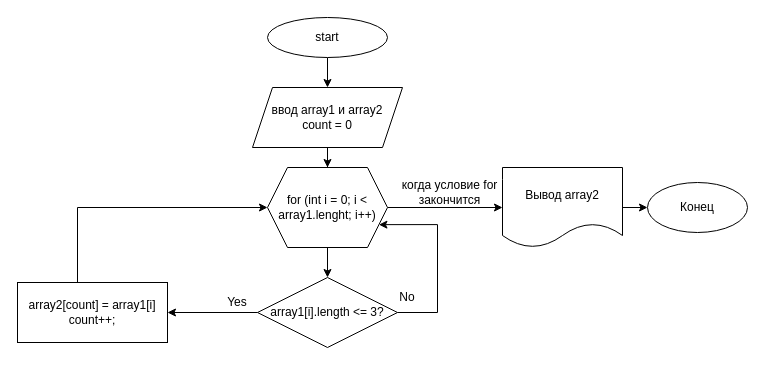
This is block_diagram/block_diagram.drawio from MyLadyAnna/final_work_1, a draw.io file, before an edit. Source tidied: cells renumbered, new cells numbered last; positions are measured from the earlier drawing's top-left corner, leaving out a move shared by most shapes. Both pictures are drawn from the tidied source at 100%, with x=0, y=0 at pixel (17, 17).
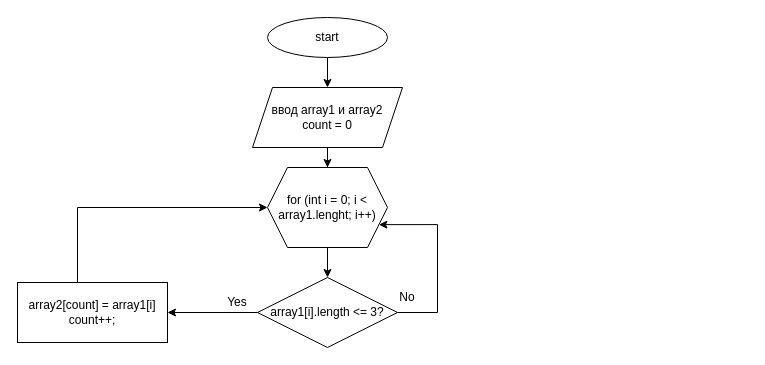
Above is the later version.

Commit message (it also covers changes not shown here):
подправила блок-схему

Unchanged cells that the change refers to:
```xml
<mxCell id="8" value="for (int i = 0; i &amp;lt; array1.lenght; i++)" style="shape=hexagon;perimeter=hexagonPerimeter2;whiteSpace=wrap;html=1;fixedSize=1;" parent="1" vertex="1">
  <mxGeometry x="250" y="150" width="120" height="80" as="geometry" />
</mxCell>
```

What changed in the source:
```diff
@@
-    <mxCell id="7" style="edgeStyle=orthogonalEdgeStyle;rounded=0;jettySize=auto;html=1;" parent="1" edge="1" source="8" target="13">
-      <mxGeometry relative="1" as="geometry" />
-    </mxCell>
@@
-    <mxCell id="12" style="edgeStyle=orthogonalEdgeStyle;rounded=0;jettySize=auto;html=1;" parent="1" edge="1" source="13" target="15">
-      <mxGeometry relative="1" as="geometry" />
-    </mxCell>
-    <mxCell id="13" value="Вывод array2" style="shape=document;whiteSpace=wrap;html=1;boundedLbl=1;" parent="1" vertex="1">
-      <mxGeometry x="485" y="150" width="120" height="80" as="geometry" />
-    </mxCell>
-    <mxCell id="14" value="когда условие for закончится" style="text;html=1;strokeColor=none;fillColor=none;align=center;verticalAlign=middle;whiteSpace=wrap;rounded=0;" parent="1" vertex="1">
-      <mxGeometry x="380" y="160" width="105" height="30" as="geometry" />
-    </mxCell>
-    <mxCell id="15" value="Конец" style="ellipse;whiteSpace=wrap;html=1;" parent="1" vertex="1">
-      <mxGeometry x="630" y="165" width="100" height="50" as="geometry" />
-    </mxCell>
```
